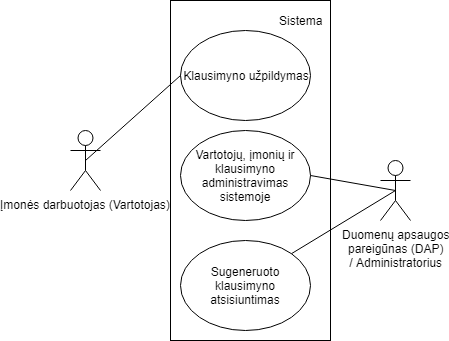
Earlier version of the draw.io export Diagramos/Esminės užduotis.png (MantasSebeika/Bakalauras). Source tidied: cells renumbered, new cells last; positions are measured from the earlier drawing's top-left corner, leaving out a move shared by most shapes.
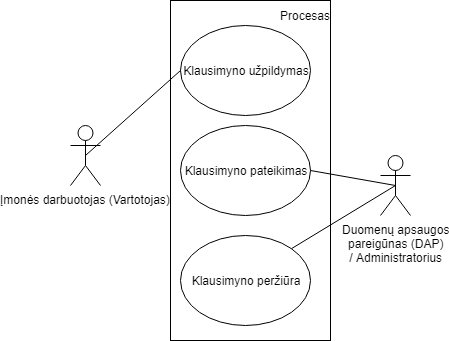
Later version of the same file.

The edit, as a diff of the source:
```diff
@@ -14,11 +14,11 @@
     <mxCell id="5" value="Klausimyno užpildymas" style="ellipse;whiteSpace=wrap;html=1;fillColor=none;" parent="1" vertex="1">
       <mxGeometry x="110" y="30" width="130" height="90" as="geometry" />
     </mxCell>
-    <mxCell id="6" value="Vartotojų, įmonių ir klausimyno administravimas sistemoje" style="ellipse;whiteSpace=wrap;html=1;fillColor=none;" parent="1" vertex="1">
+    <mxCell id="6" value="Klausimyno pateikimas" style="ellipse;whiteSpace=wrap;html=1;fillColor=none;" parent="1" vertex="1">
       <mxGeometry x="110" y="130" width="130" height="90" as="geometry" />
     </mxCell>
-    <mxCell id="7" value="Sistema" style="text;html=1;align=center;verticalAlign=middle;" parent="1" vertex="1">
-      <mxGeometry x="200" y="10" width="60" height="20" as="geometry" />
+    <mxCell id="7" value="Procesas" style="text;html=1;align=center;verticalAlign=middle;" parent="1" vertex="1">
+      <mxGeometry x="200" y="10" width="70" height="20" as="geometry" />
     </mxCell>
     <mxCell id="8" style="endArrow=none;html=1;entryX=0;entryY=0.5;entryDx=0;entryDy=0;exitX=0.5;exitY=0.5;exitDx=0;exitDy=0;exitPerimeter=0;" parent="1" edge="1" source="2" target="5">
       <mxGeometry relative="1" as="geometry" />
@@ -26,11 +26,11 @@
     <mxCell id="9" style="endArrow=none;html=1;entryX=0.5;entryY=0.5;entryDx=0;entryDy=0;entryPerimeter=0;exitX=1;exitY=0.5;exitDx=0;exitDy=0;" parent="1" edge="1" source="6" target="4">
       <mxGeometry relative="1" as="geometry" />
     </mxCell>
-    <mxCell id="10" value="Sugeneruoto klausimyno atsisiuntimas" style="ellipse;whiteSpace=wrap;html=1;fillColor=none;" parent="1" vertex="1">
+    <mxCell id="10" value="Klausimyno peržiūra" style="ellipse;whiteSpace=wrap;html=1;fillColor=none;" parent="1" vertex="1">
       <mxGeometry x="110" y="240" width="130" height="90" as="geometry" />
     </mxCell>
     <mxCell id="11" style="rounded=0;whiteSpace=wrap;html=1;fillColor=none;" parent="1" vertex="1">
-      <mxGeometry x="100" width="160" height="340" as="geometry" />
+      <mxGeometry x="100" y="5" width="160" height="340" as="geometry" />
     </mxCell>
   </root>
 </mxGraphModel>
```
